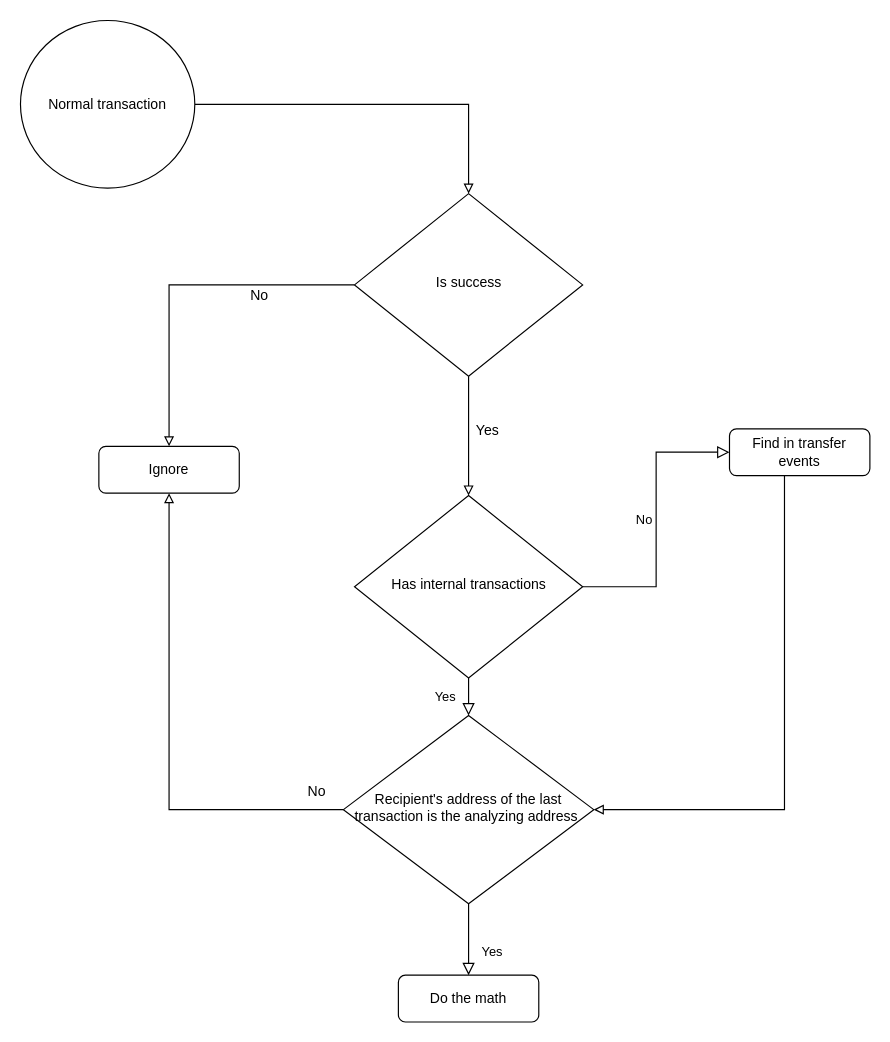
Before: calculate_token_transfer_amount.drawio in trinhthinh388/my-assets-be, a draw.io diagram. Source tidied: cells renumbered, new cells numbered last; positions are measured from the earlier drawing's top-left corner, leaving out a move shared by most shapes. Both pictures are drawn from the tidied source at 117%, with x=0, y=0 at pixel (20, 20).
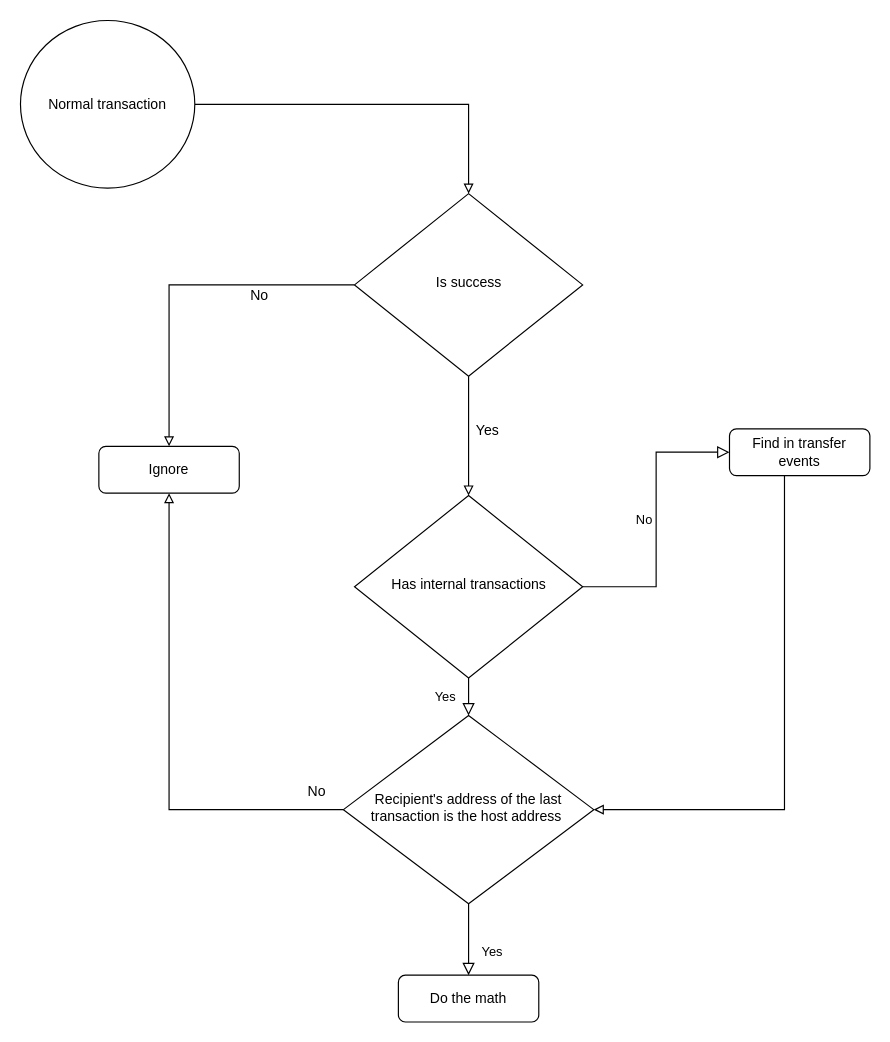
The same page after the edit.

What changed in the source:
```diff
@@
-    <mxCell id="7" value="Recipient's address of the last transaction is the analyzing address&amp;nbsp;" style="rhombus;whiteSpace=wrap;html=1;shadow=0;fontFamily=Helvetica;fontSize=12;align=center;strokeWidth=1;spacing=6;spacingTop=-4;" parent="1" vertex="1">
+    <mxCell id="7" value="Recipient's address of the last transaction is the host address&amp;nbsp;" style="rhombus;whiteSpace=wrap;html=1;shadow=0;fontFamily=Helvetica;fontSize=12;align=center;strokeWidth=1;spacing=6;spacingTop=-4;" parent="1" vertex="1">
       <mxGeometry x="276" y="594" width="214" height="161" as="geometry" />
     </mxCell>
```
